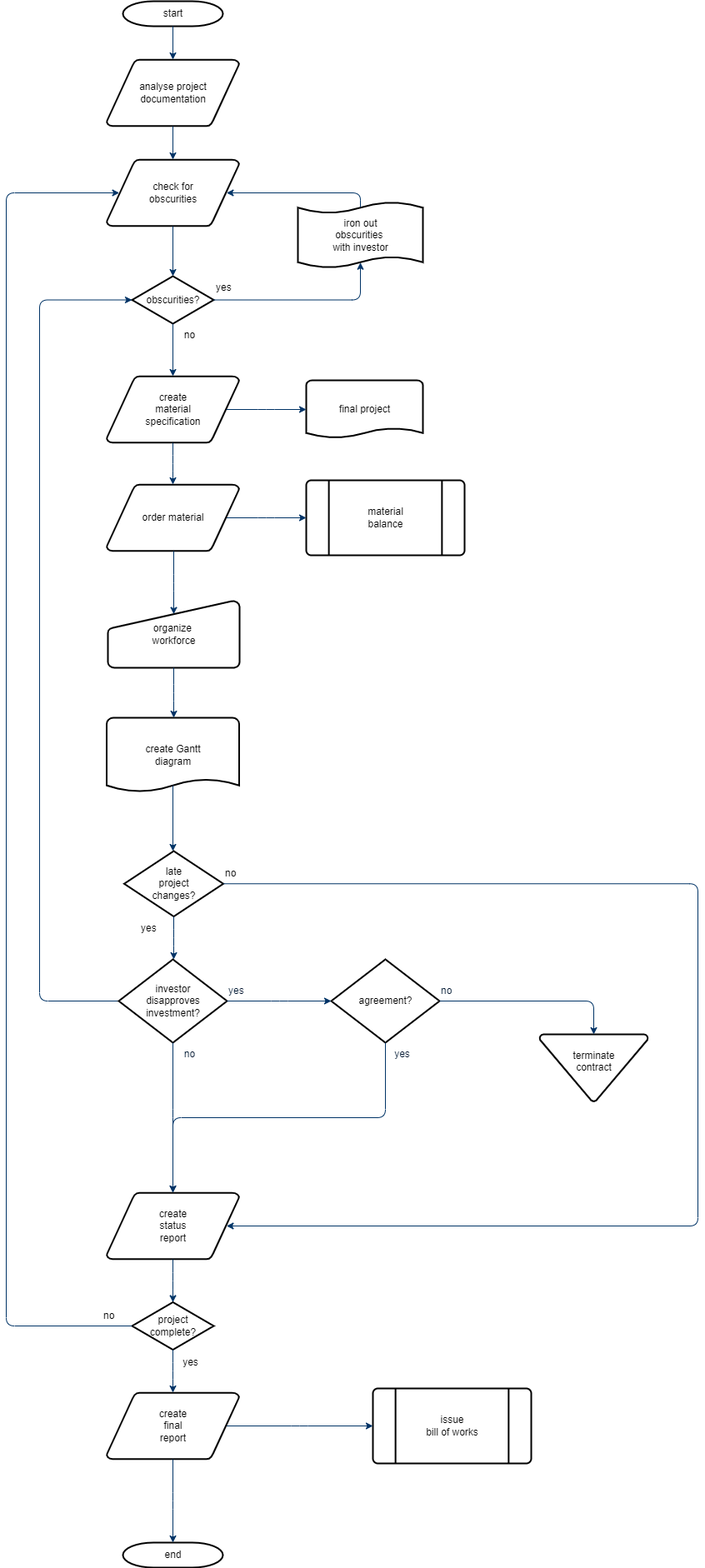
Before: BP神经网络/未命名绘图.drawio.png, a diagram exported from draw.io (huangzy1218/MathModel). Source tidied: cells renumbered, new cells last; positions are measured from the earlier drawing's top-left corner, leaving out a move shared by most shapes.
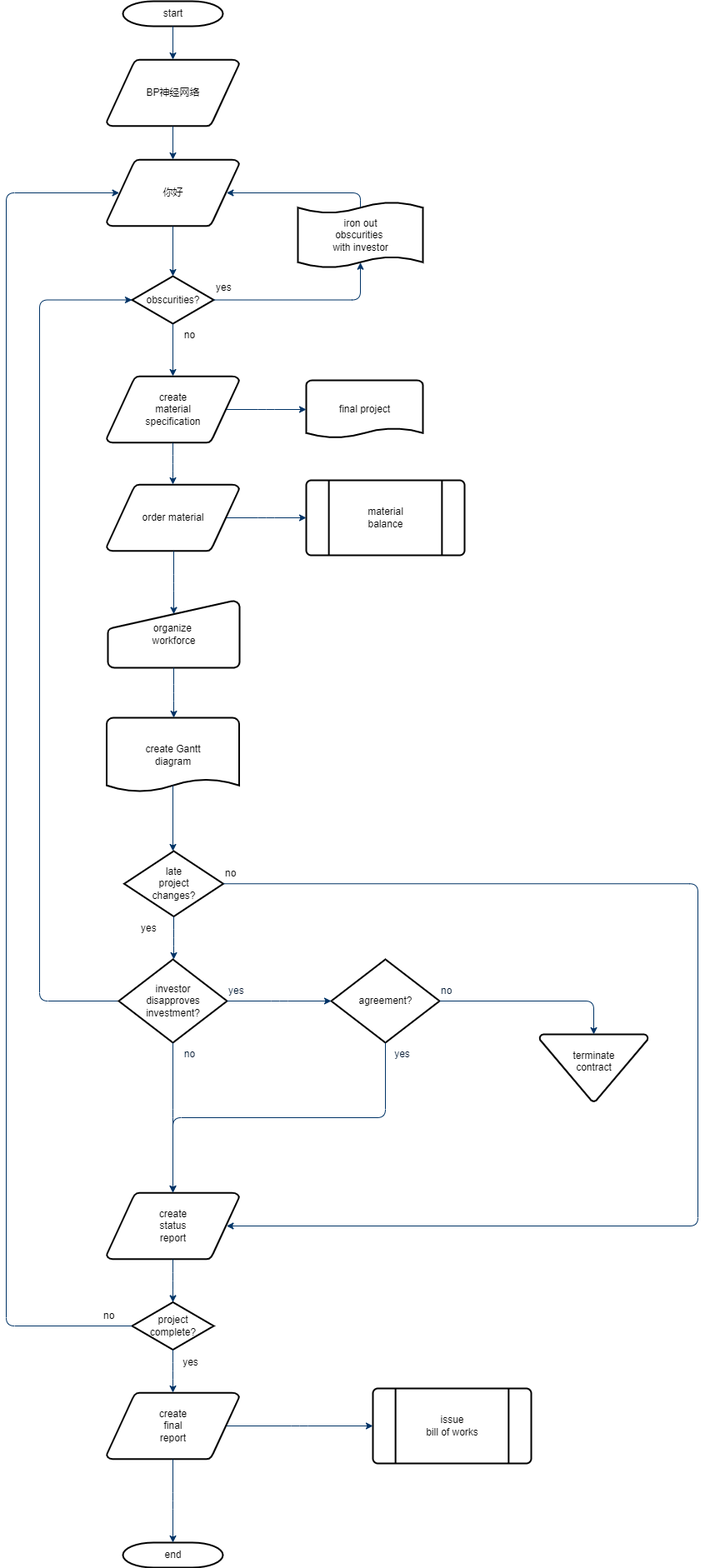
The same diagram one commit later.

Commit message:
更新未命名绘图.drawio.png

The edit, as a diff of the source:
```diff
@@ -5,13 +5,13 @@
     <mxCell id="2" value="start" style="shape=mxgraph.flowchart.terminator;strokeWidth=2;gradientColor=none;gradientDirection=north;fontStyle=0;html=1;" parent="1" vertex="1">
       <mxGeometry x="140" width="120" height="30" as="geometry" />
     </mxCell>
-    <mxCell id="3" value="analyse project&#10; documentation" style="shape=mxgraph.flowchart.data;strokeWidth=2;gradientColor=none;gradientDirection=north;fontStyle=0;html=1;" parent="1" vertex="1">
+    <mxCell id="3" value="BP神经网络" style="shape=mxgraph.flowchart.data;strokeWidth=2;gradientColor=none;gradientDirection=north;fontStyle=0;html=1;" parent="1" vertex="1">
       <mxGeometry x="120.5" y="70" width="159" height="80" as="geometry" />
     </mxCell>
     <mxCell id="4" value="create&#10;material&#10;specification" style="shape=mxgraph.flowchart.data;strokeWidth=2;gradientColor=none;gradientDirection=north;fontStyle=0;html=1;" parent="1" vertex="1">
       <mxGeometry x="120.5" y="450" width="159" height="80" as="geometry" />
     </mxCell>
-    <mxCell id="5" value="check for&#10;obscurities" style="shape=mxgraph.flowchart.data;strokeWidth=2;gradientColor=none;gradientDirection=north;fontStyle=0;html=1;" parent="1" vertex="1">
+    <mxCell id="5" value="你好" style="shape=mxgraph.flowchart.data;strokeWidth=2;gradientColor=none;gradientDirection=north;fontStyle=0;html=1;" parent="1" vertex="1">
       <mxGeometry x="120.5" y="190" width="159" height="80" as="geometry" />
     </mxCell>
     <mxCell id="6" value="obscurities?" style="shape=mxgraph.flowchart.decision;strokeWidth=2;gradientColor=none;gradientDirection=north;fontStyle=0;html=1;" parent="1" vertex="1">
```
